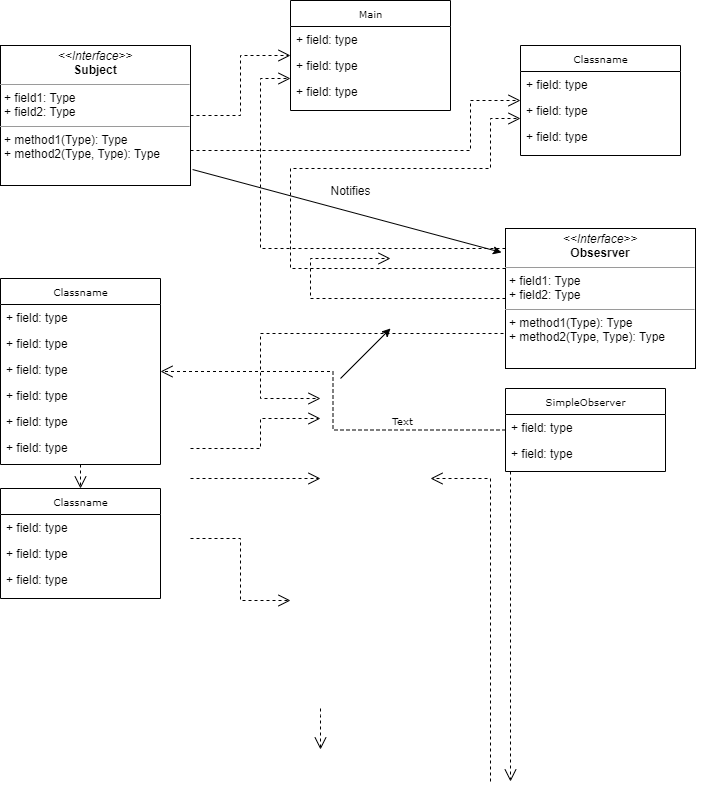
Above: Assign5Part1Class.drawio.png in jimmyjazz31/CS665Assign5 (draw.io), before the change. Source tidied: cells renumbered, new cells last; positions are measured from the earlier drawing's top-left corner, leaving out a move shared by most shapes.
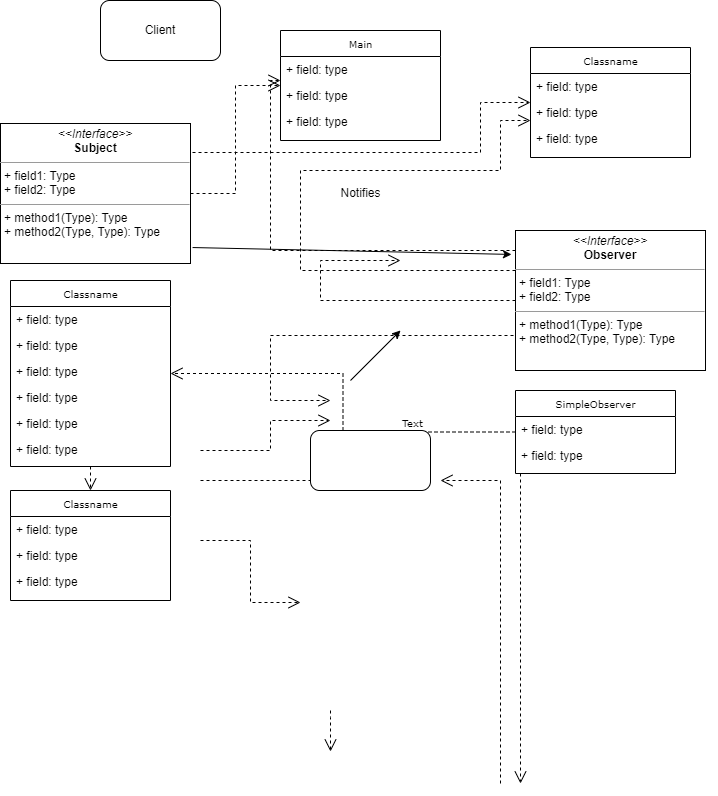
The same file after the commit.

Diff of the diagram source:
```diff
@@ -27,7 +27,7 @@
       <mxGeometry y="156" width="160" height="26" as="geometry" />
     </mxCell>
     <mxCell id="10" value="Main" style="swimlane;html=1;fontStyle=0;horizontal=1;startSize=26;fillColor=none;swimlaneFillColor=#ffffff;rounded=0;shadow=0;comic=0;labelBackgroundColor=none;strokeWidth=1;fontFamily=Verdana;fontSize=10;align=center;" parent="1" vertex="1">
-      <mxGeometry x="290" width="160" height="110" as="geometry" />
+      <mxGeometry x="270" y="28" width="160" height="110" as="geometry" />
     </mxCell>
     <mxCell id="11" value="+ field: type" style="text;html=1;strokeColor=none;fillColor=none;align=left;verticalAlign=top;spacingLeft=4;spacingRight=4;whiteSpace=wrap;overflow=hidden;" parent="10" vertex="1">
       <mxGeometry y="26" width="160" height="26" as="geometry" />
@@ -114,7 +114,7 @@
       </mxGeometry>
     </mxCell>
     <mxCell id="32" value="&lt;p style=&quot;margin:0px;margin-top:4px;text-align:center;&quot;&gt;&lt;i&gt;&amp;lt;&amp;lt;Interface&amp;gt;&amp;gt;&lt;/i&gt;&lt;br&gt;&lt;b&gt;Subject&lt;/b&gt;&lt;/p&gt;&lt;hr size=&quot;1&quot;&gt;&lt;p style=&quot;margin:0px;margin-left:4px;&quot;&gt;+ field1: Type&lt;br&gt;+ field2: Type&lt;/p&gt;&lt;hr size=&quot;1&quot;&gt;&lt;p style=&quot;margin:0px;margin-left:4px;&quot;&gt;+ method1(Type): Type&lt;br&gt;+ method2(Type, Type): Type&lt;/p&gt;" style="verticalAlign=top;align=left;overflow=fill;fontSize=12;fontFamily=Helvetica;html=1;rounded=0;shadow=0;comic=0;labelBackgroundColor=none;strokeWidth=1;" parent="1" vertex="1">
-      <mxGeometry y="45" width="190" height="140" as="geometry" />
+      <mxGeometry x="-10" y="121" width="190" height="140" as="geometry" />
     </mxCell>
     <mxCell id="33" style="edgeStyle=orthogonalEdgeStyle;rounded=0;html=1;dashed=1;labelBackgroundColor=none;startFill=0;endArrow=open;endFill=0;endSize=10;fontFamily=Verdana;fontSize=10;" parent="1" edge="1" source="37" target="10">
       <mxGeometry relative="1" as="geometry">
@@ -152,7 +152,7 @@
         </Array>
       </mxGeometry>
     </mxCell>
-    <mxCell id="37" value="&lt;p style=&quot;margin:0px;margin-top:4px;text-align:center;&quot;&gt;&lt;i&gt;&amp;lt;&amp;lt;Interface&amp;gt;&amp;gt;&lt;/i&gt;&lt;br&gt;&lt;b&gt;Obsesrver&lt;/b&gt;&lt;/p&gt;&lt;hr size=&quot;1&quot;&gt;&lt;p style=&quot;margin:0px;margin-left:4px;&quot;&gt;+ field1: Type&lt;br&gt;+ field2: Type&lt;/p&gt;&lt;hr size=&quot;1&quot;&gt;&lt;p style=&quot;margin:0px;margin-left:4px;&quot;&gt;+ method1(Type): Type&lt;br&gt;+ method2(Type, Type): Type&lt;/p&gt;" style="verticalAlign=top;align=left;overflow=fill;fontSize=12;fontFamily=Helvetica;html=1;rounded=0;shadow=0;comic=0;labelBackgroundColor=none;strokeWidth=1;" parent="1" vertex="1">
+    <mxCell id="37" value="&lt;p style=&quot;margin:0px;margin-top:4px;text-align:center;&quot;&gt;&lt;i&gt;&amp;lt;&amp;lt;Interface&amp;gt;&amp;gt;&lt;/i&gt;&lt;br&gt;&lt;b&gt;Observer&lt;/b&gt;&lt;/p&gt;&lt;hr size=&quot;1&quot;&gt;&lt;p style=&quot;margin:0px;margin-left:4px;&quot;&gt;+ field1: Type&lt;br&gt;+ field2: Type&lt;/p&gt;&lt;hr size=&quot;1&quot;&gt;&lt;p style=&quot;margin:0px;margin-left:4px;&quot;&gt;+ method1(Type): Type&lt;br&gt;+ method2(Type, Type): Type&lt;/p&gt;" style="verticalAlign=top;align=left;overflow=fill;fontSize=12;fontFamily=Helvetica;html=1;rounded=0;shadow=0;comic=0;labelBackgroundColor=none;strokeWidth=1;" parent="1" vertex="1">
       <mxGeometry x="505" y="228" width="190" height="140" as="geometry" />
     </mxCell>
     <mxCell id="38" style="edgeStyle=orthogonalEdgeStyle;rounded=0;html=1;dashed=1;labelBackgroundColor=none;startFill=0;endArrow=open;endFill=0;endSize=10;fontFamily=Verdana;fontSize=10;" parent="1" edge="1">
@@ -201,5 +201,11 @@
     <mxCell id="44" value="Notifies" style="text;html=1;align=center;verticalAlign=middle;strokeColor=none;fillColor=none;" parent="1" vertex="1">
       <mxGeometry x="320" y="176" width="60" height="30" as="geometry" />
     </mxCell>
+    <mxCell id="45" style="rounded=1;whiteSpace=wrap;html=1;" parent="1" vertex="1">
+      <mxGeometry x="300" y="428" width="120" height="60" as="geometry" />
+    </mxCell>
+    <mxCell id="46" value="Client" style="rounded=1;whiteSpace=wrap;html=1;" parent="1" vertex="1">
+      <mxGeometry x="90" y="-2" width="120" height="60" as="geometry" />
+    </mxCell>
   </root>
 </mxGraphModel>
```
